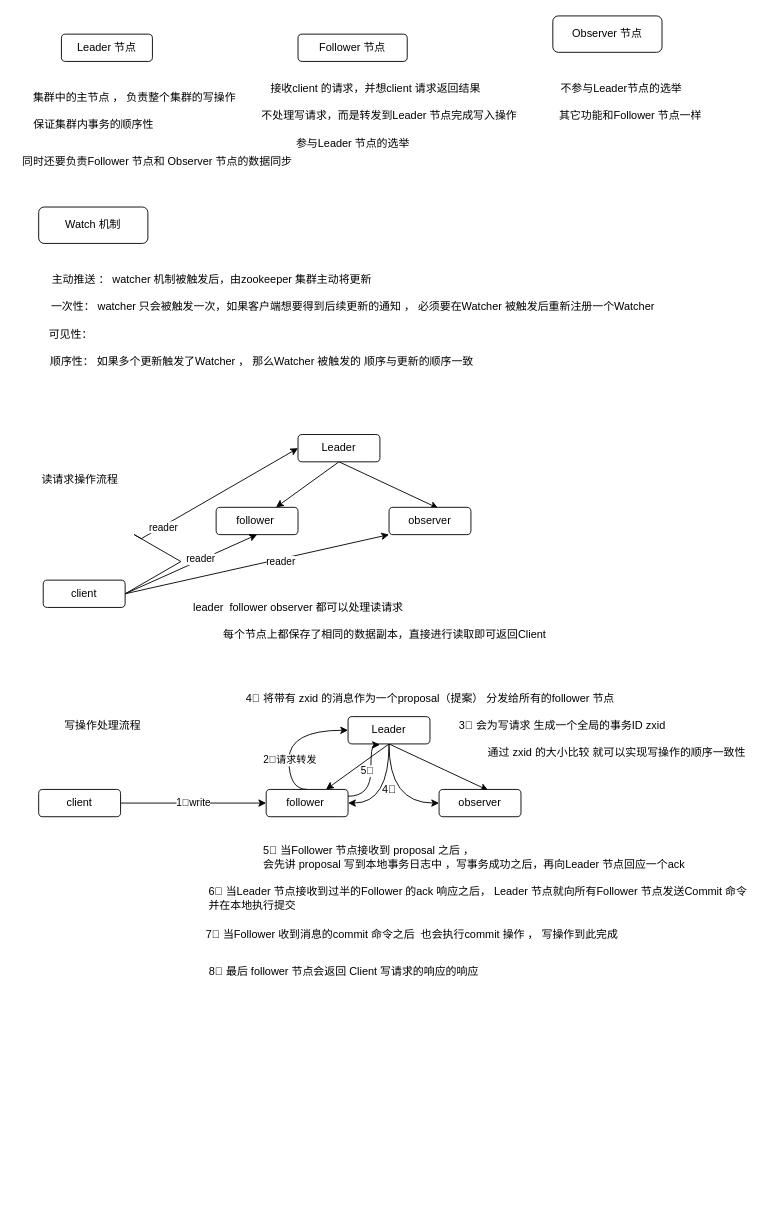
Above: Zookeeper.drawio in topyuluo/photo-project (draw.io), before the change. Source tidied: cells renumbered, new cells numbered last; positions are measured from the earlier drawing's top-left corner, leaving out a move shared by most shapes. Both pictures are drawn from the tidied source at 91%, with x=0, y=0 at pixel (15, 15).
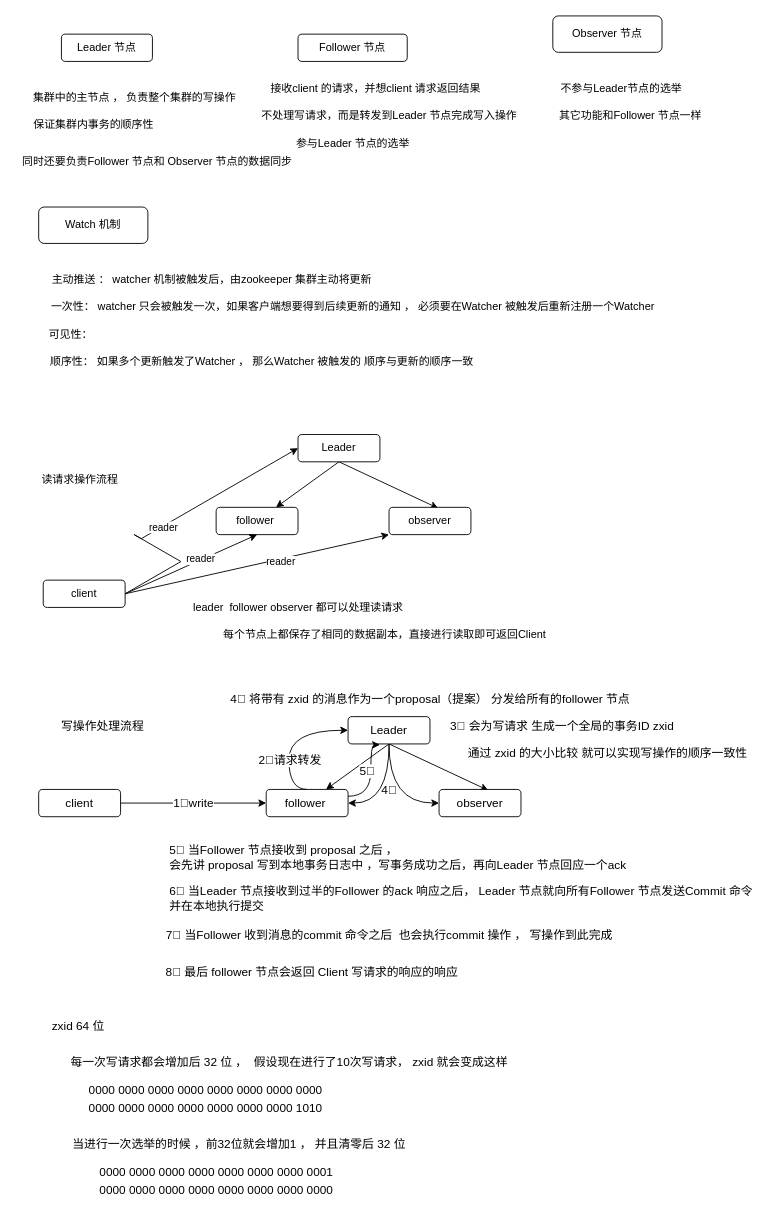
After the change.

Change to the diagram source:
```diff
@@
-    <mxCell id="33" style="rounded=0;jettySize=auto;html=1;exitX=0.5;exitY=1;exitDx=0;exitDy=0;" parent="1" edge="1" source="37" target="42">
+    <mxCell id="33" style="rounded=0;jettySize=auto;html=1;exitX=0.5;exitY=1;exitDx=0;exitDy=0;fontSize=13;" parent="1" edge="1" source="37" target="42">
       <mxGeometry relative="1" as="geometry" />
     </mxCell>
-    <mxCell id="34" style="rounded=0;jettySize=auto;html=1;exitX=0.5;exitY=1;exitDx=0;exitDy=0;entryX=0.6;entryY=0.033;entryDx=0;entryDy=0;entryPerimeter=0;" parent="1" edge="1" source="37" target="43">
+    <mxCell id="34" style="rounded=0;jettySize=auto;html=1;exitX=0.5;exitY=1;exitDx=0;exitDy=0;entryX=0.6;entryY=0.033;entryDx=0;entryDy=0;entryPerimeter=0;fontSize=13;" parent="1" edge="1" source="37" target="43">
       <mxGeometry relative="1" as="geometry" />
     </mxCell>
-    <mxCell id="35" style="edgeStyle=orthogonalEdgeStyle;curved=1;rounded=0;jettySize=auto;html=1;exitX=0.5;exitY=1;exitDx=0;exitDy=0;entryX=1;entryY=0.5;entryDx=0;entryDy=0;" parent="1" edge="1" source="37" target="42">
+    <mxCell id="35" style="edgeStyle=orthogonalEdgeStyle;curved=1;rounded=0;jettySize=auto;html=1;exitX=0.5;exitY=1;exitDx=0;exitDy=0;entryX=1;entryY=0.5;entryDx=0;entryDy=0;fontSize=13;" parent="1" edge="1" source="37" target="42">
       <mxGeometry relative="1" as="geometry" />
     </mxCell>
-    <mxCell id="36" style="edgeStyle=orthogonalEdgeStyle;curved=1;rounded=0;jettySize=auto;html=1;exitX=0.5;exitY=1;exitDx=0;exitDy=0;entryX=0;entryY=0.5;entryDx=0;entryDy=0;" parent="1" edge="1" source="37" target="43">
+    <mxCell id="36" style="edgeStyle=orthogonalEdgeStyle;curved=1;rounded=0;jettySize=auto;html=1;exitX=0.5;exitY=1;exitDx=0;exitDy=0;entryX=0;entryY=0.5;entryDx=0;entryDy=0;fontSize=13;" parent="1" edge="1" source="37" target="43">
       <mxGeometry relative="1" as="geometry" />
     </mxCell>
-    <mxCell id="37" value="Leader" style="rounded=1;whiteSpace=wrap;html=1;" parent="1" vertex="1">
+    <mxCell id="37" value="Leader" style="rounded=1;whiteSpace=wrap;html=1;fontSize=13;" parent="1" vertex="1">
       <mxGeometry x="365" y="770" width="90" height="30" as="geometry" />
     </mxCell>
-    <mxCell id="38" style="edgeStyle=orthogonalEdgeStyle;rounded=0;jettySize=auto;html=1;exitX=0.5;exitY=0;exitDx=0;exitDy=0;entryX=0;entryY=0.5;entryDx=0;entryDy=0;curved=1;" parent="1" edge="1" source="42" target="37">
+    <mxCell id="38" style="edgeStyle=orthogonalEdgeStyle;rounded=0;jettySize=auto;html=1;exitX=0.5;exitY=0;exitDx=0;exitDy=0;entryX=0;entryY=0.5;entryDx=0;entryDy=0;curved=1;fontSize=13;" parent="1" edge="1" source="42" target="37">
       <mxGeometry relative="1" as="geometry">
         <Array as="points">
           <mxPoint x="300" y="850" />
           <mxPoint x="300" y="785" />
         </Array>
       </mxGeometry>
     </mxCell>
-    <mxCell id="39" value="2⃣️请求转发" style="edgeLabel;html=1;align=center;verticalAlign=middle;" parent="38" vertex="1">
+    <mxCell id="39" value="2⃣️请求转发" style="edgeLabel;html=1;align=center;verticalAlign=middle;fontSize=13;" parent="38" vertex="1">
       <mxGeometry x="-0.29" relative="1" as="geometry" />
     </mxCell>
-    <mxCell id="40" style="edgeStyle=orthogonalEdgeStyle;curved=1;rounded=0;jettySize=auto;html=1;exitX=1;exitY=0.25;exitDx=0;exitDy=0;entryX=0.389;entryY=1.033;entryDx=0;entryDy=0;entryPerimeter=0;" parent="1" edge="1" source="42" target="37">
+    <mxCell id="40" style="edgeStyle=orthogonalEdgeStyle;curved=1;rounded=0;jettySize=auto;html=1;exitX=1;exitY=0.25;exitDx=0;exitDy=0;entryX=0.389;entryY=1.033;entryDx=0;entryDy=0;entryPerimeter=0;fontSize=13;" parent="1" edge="1" source="42" target="37">
       <mxGeometry relative="1" as="geometry">
         <Array as="points">
           <mxPoint x="390" y="858" />
           <mxPoint x="390" y="801" />
         </Array>
       </mxGeometry>
     </mxCell>
-    <mxCell id="41" value="5⃣️" style="edgeLabel;html=1;align=center;verticalAlign=middle;" parent="40" vertex="1">
+    <mxCell id="41" value="5⃣️" style="edgeLabel;html=1;align=center;verticalAlign=middle;fontSize=13;" parent="40" vertex="1">
       <mxGeometry x="0.15" y="5" relative="1" as="geometry" />
     </mxCell>
-    <mxCell id="42" value="follower&amp;nbsp;" style="rounded=1;whiteSpace=wrap;html=1;" parent="1" vertex="1">
+    <mxCell id="42" value="follower&amp;nbsp;" style="rounded=1;whiteSpace=wrap;html=1;fontSize=13;" parent="1" vertex="1">
       <mxGeometry x="275" y="850" width="90" height="30" as="geometry" />
     </mxCell>
-    <mxCell id="43" value="observer" style="rounded=1;whiteSpace=wrap;html=1;" parent="1" vertex="1">
+    <mxCell id="43" value="observer" style="rounded=1;whiteSpace=wrap;html=1;fontSize=13;" parent="1" vertex="1">
       <mxGeometry x="465" y="850" width="90" height="30" as="geometry" />
     </mxCell>
-    <mxCell id="44" value="1⃣️write" style="rounded=0;jettySize=auto;html=1;exitX=1;exitY=0.5;exitDx=0;exitDy=0;entryX=0;entryY=0.5;entryDx=0;entryDy=0;" parent="1" edge="1" source="45" target="42">
+    <mxCell id="44" value="1⃣️write" style="rounded=0;jettySize=auto;html=1;exitX=1;exitY=0.5;exitDx=0;exitDy=0;entryX=0;entryY=0.5;entryDx=0;entryDy=0;fontSize=13;" parent="1" edge="1" source="45" target="42">
       <mxGeometry relative="1" as="geometry" />
     </mxCell>
-    <mxCell id="45" value="client" style="rounded=1;whiteSpace=wrap;html=1;" parent="1" vertex="1">
+    <mxCell id="45" value="client" style="rounded=1;whiteSpace=wrap;html=1;fontSize=13;" parent="1" vertex="1">
       <mxGeometry x="25" y="850" width="90" height="30" as="geometry" />
     </mxCell>
-    <mxCell id="46" value="写操作处理流程" style="text;html=1;align=center;verticalAlign=middle;strokeColor=none;" parent="1" vertex="1">
-      <mxGeometry x="45" y="770" width="100" height="20" as="geometry" />
+    <mxCell id="46" value="写操作处理流程" style="text;html=1;align=center;verticalAlign=middle;strokeColor=none;fontSize=13;" parent="1" vertex="1">
+      <mxGeometry x="40" y="770" width="110" height="20" as="geometry" />
     </mxCell>
-    <mxCell id="47" value="3⃣️ 会为写请求 生成一个全局的事务ID zxid" style="text;html=1;align=center;verticalAlign=middle;strokeColor=none;" parent="1" vertex="1">
-      <mxGeometry x="480" y="770" width="240" height="20" as="geometry" />
+    <mxCell id="47" value="3⃣️ 会为写请求 生成一个全局的事务ID zxid" style="text;html=1;align=center;verticalAlign=middle;strokeColor=none;fontSize=13;" parent="1" vertex="1">
+      <mxGeometry x="470" y="770" width="260" height="20" as="geometry" />
     </mxCell>
-    <mxCell id="48" value="通过 zxid 的大小比较 就可以实现写操作的顺序一致性" style="text;html=1;align=center;verticalAlign=middle;strokeColor=none;" parent="1" vertex="1">
-      <mxGeometry x="510" y="800" width="300" height="20" as="geometry" />
+    <mxCell id="48" value="通过 zxid 的大小比较 就可以实现写操作的顺序一致性" style="text;html=1;align=center;verticalAlign=middle;strokeColor=none;fontSize=13;" parent="1" vertex="1">
+      <mxGeometry x="490" y="800" width="320" height="20" as="geometry" />
     </mxCell>
-    <mxCell id="49" value="4⃣️ 将带有 zxid 的消息作为一个proposal（提案） 分发给所有的follower 节点" style="text;html=1;align=center;verticalAlign=middle;strokeColor=none;" parent="1" vertex="1">
-      <mxGeometry x="245" y="740" width="420" height="20" as="geometry" />
+    <mxCell id="49" value="4⃣️ 将带有 zxid 的消息作为一个proposal（提案） 分发给所有的follower 节点" style="text;html=1;align=center;verticalAlign=middle;strokeColor=none;fontSize=13;" parent="1" vertex="1">
+      <mxGeometry x="230" y="740" width="450" height="20" as="geometry" />
     </mxCell>
-    <mxCell id="50" value="4⃣️" style="text;html=1;align=center;verticalAlign=middle;strokeColor=none;" parent="1" vertex="1">
+    <mxCell id="50" value="4⃣️" style="text;html=1;align=center;verticalAlign=middle;strokeColor=none;fontSize=13;" parent="1" vertex="1">
       <mxGeometry x="395" y="840" width="30" height="20" as="geometry" />
     </mxCell>
-    <mxCell id="51" value="5⃣️ 当Follower 节点接收到 proposal 之后 ，&lt;br&gt;会先讲 proposal 写到本地事务日志中 ，写事务成功之后，再向Leader 节点回应一个ack" style="text;html=1;align=left;verticalAlign=middle;strokeColor=none;" parent="1" vertex="1">
-      <mxGeometry x="270" y="910" width="480" height="30" as="geometry" />
+    <mxCell id="51" value="5⃣️ 当Follower 节点接收到 proposal 之后 ，&lt;br style=&quot;font-size: 13px;&quot;&gt;会先讲 proposal 写到本地事务日志中 ，写事务成功之后，再向Leader 节点回应一个ack" style="text;html=1;align=left;verticalAlign=middle;strokeColor=none;fontSize=13;" parent="1" vertex="1">
+      <mxGeometry x="167" y="905" width="520" height="40" as="geometry" />
     </mxCell>
-    <mxCell id="52" value="6⃣️ 当Leader 节点接收到过半的Follower 的ack 响应之后， Leader 节点就向所有Follower 节点发送Commit 命令&lt;br&gt;并在本地执行提交" style="text;html=1;align=left;verticalAlign=middle;strokeColor=none;" parent="1" vertex="1">
-      <mxGeometry x="210" y="955" width="600" height="30" as="geometry" />
+    <mxCell id="52" value="6⃣️ 当Leader 节点接收到过半的Follower 的ack 响应之后， Leader 节点就向所有Follower 节点发送Commit 命令&lt;br style=&quot;font-size: 13px;&quot;&gt;并在本地执行提交" style="text;html=1;align=left;verticalAlign=middle;strokeColor=none;fontSize=13;" parent="1" vertex="1">
+      <mxGeometry x="167" y="950" width="650" height="40" as="geometry" />
     </mxCell>
-    <mxCell id="53" value="7⃣️ 当Follower 收到消息的commit 命令之后&amp;nbsp; 也会执行commit 操作 ， 写操作到此完成" style="text;html=1;align=center;verticalAlign=middle;strokeColor=none;" parent="1" vertex="1">
-      <mxGeometry x="205" y="1000" width="460" height="20" as="geometry" />
+    <mxCell id="53" value="7⃣️ 当Follower 收到消息的commit 命令之后&amp;nbsp; 也会执行commit 操作 ， 写操作到此完成" style="text;html=1;align=center;verticalAlign=middle;strokeColor=none;fontSize=13;" parent="1" vertex="1">
+      <mxGeometry x="160" y="1000" width="500" height="20" as="geometry" />
     </mxCell>
-    <mxCell id="54" value="8⃣️ 最后 follower 节点会返回 Client 写请求的响应的响应" style="text;html=1;align=center;verticalAlign=middle;strokeColor=none;" parent="1" vertex="1">
-      <mxGeometry x="205" y="1040" width="310" height="20" as="geometry" />
+    <mxCell id="54" value="8⃣️ 最后 follower 节点会返回 Client 写请求的响应的响应" style="text;html=1;align=center;verticalAlign=middle;strokeColor=none;fontSize=13;" parent="1" vertex="1">
+      <mxGeometry x="160" y="1040" width="330" height="20" as="geometry" />
     </mxCell>
+    <mxCell id="55" value="zxid 64 位&amp;nbsp;" style="text;html=1;align=center;verticalAlign=middle;strokeColor=none;fontSize=13;" parent="1" vertex="1">
+      <mxGeometry x="30" y="1100" width="80" height="20" as="geometry" />
+    </mxCell>
+    <mxCell id="56" value="每一次写请求都会增加后 32 位 ，&amp;nbsp; 假设现在进行了10次写请求， zxid 就会变成这样" style="text;html=1;align=center;verticalAlign=middle;strokeColor=none;fontSize=13;" parent="1" vertex="1">
+      <mxGeometry x="50" y="1139" width="500" height="20" as="geometry" />
+    </mxCell>
+    <mxCell id="57" value="0000 0000 0000 0000 0000 0000 0000 0000&amp;nbsp;" style="text;html=1;align=center;verticalAlign=middle;strokeColor=none;fontSize=13;" parent="1" vertex="1">
+      <mxGeometry x="70" y="1170" width="280" height="20" as="geometry" />
+    </mxCell>
+    <mxCell id="58" value="0000 0000 0000 0000 0000 0000 0000 1010&amp;nbsp;" style="text;html=1;align=center;verticalAlign=middle;strokeColor=none;fontSize=13;" parent="1" vertex="1">
+      <mxGeometry x="70" y="1190" width="280" height="20" as="geometry" />
+    </mxCell>
+    <mxCell id="59" value="当进行一次选举的时候 ，前32位就会增加1 ， 并且清零后 32 位" style="text;html=1;align=center;verticalAlign=middle;strokeColor=none;fontSize=13;" parent="1" vertex="1">
+      <mxGeometry x="55" y="1230" width="380" height="20" as="geometry" />
+    </mxCell>
+    <mxCell id="60" value="0000 0000 0000 0000 0000 0000 0000 0001" style="text;html=1;align=center;verticalAlign=middle;strokeColor=none;fontSize=13;" parent="1" vertex="1">
+      <mxGeometry x="85" y="1260" width="270" height="20" as="geometry" />
+    </mxCell>
+    <mxCell id="61" value="0000 0000 0000 0000 0000 0000 0000 0000" style="text;html=1;align=center;verticalAlign=middle;strokeColor=none;fontSize=13;" parent="1" vertex="1">
+      <mxGeometry x="85" y="1280" width="270" height="20" as="geometry" />
+    </mxCell>
```
